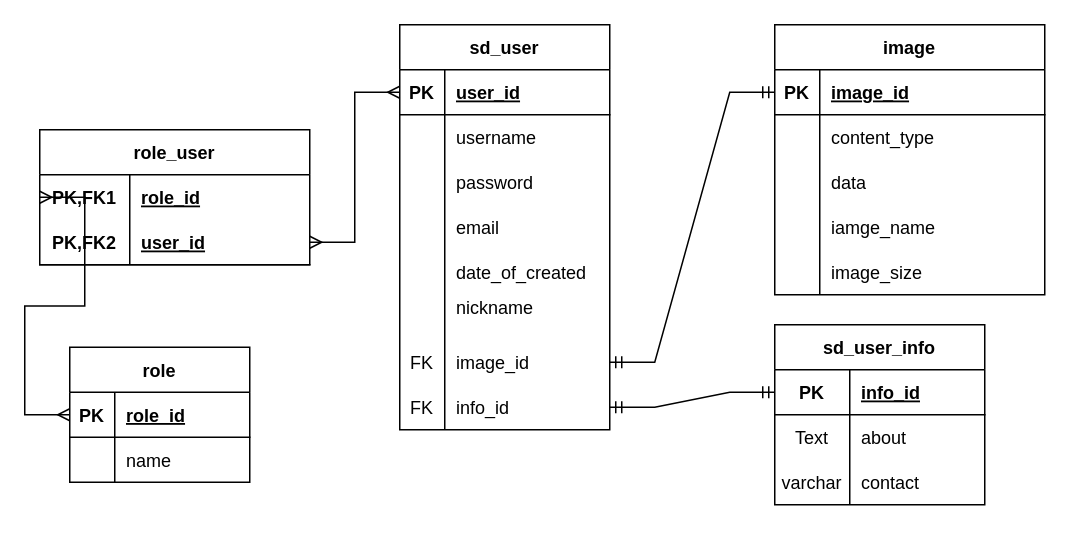
Before: db-diagrams/user/sd-user.drawio in Danis0n/story-drop-backend, a draw.io diagram. Source tidied: cells renumbered, new cells numbered last; positions are measured from the earlier drawing's top-left corner, leaving out a move shared by most shapes. Both pictures are drawn from the tidied source at 150%, with x=0, y=0 at pixel (39, 24).
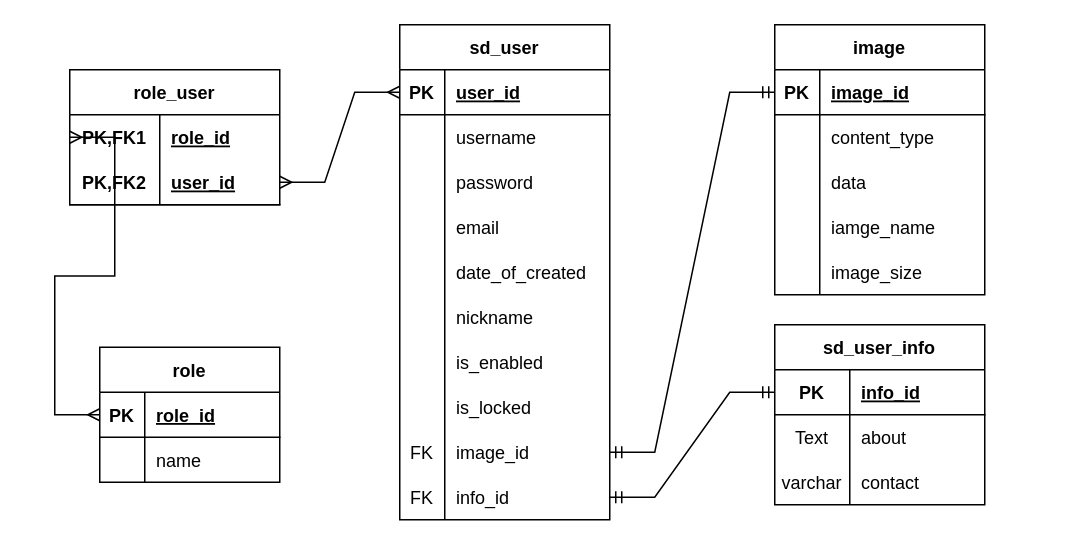
Above is the later version.

The change refers to these unchanged cells:
```xml
<mxCell id="18" style="shape=tableRow;horizontal=0;startSize=0;swimlaneHead=0;swimlaneBody=0;fillColor=none;top=0;left=0;right=0;bottom=0;" parent="2" vertex="1">
  <mxGeometry y="180" width="140" height="30" as="geometry" />
</mxCell>
```

What changed in the source:
```diff
@@
     <mxCell id="2" value="sd_user" style="shape=table;startSize=30;childLayout=tableLayout;rowLines=0;fontStyle=1;align=center;" parent="1" vertex="1">
-      <mxGeometry x="240" width="140" height="270" as="geometry" />
+      <mxGeometry x="240" width="140" height="330" as="geometry" />
     </mxCell>
@@
-    <mxCell id="20" value="nickname&#10;" style="shape=partialRectangle;fillColor=none;top=0;left=0;bottom=0;right=0;align=left;spacingLeft=6;overflow=hidden;" parent="18" vertex="1">
+    <mxCell id="20" value="nickname" style="shape=partialRectangle;fillColor=none;top=0;left=0;bottom=0;right=0;align=left;spacingLeft=6;overflow=hidden;" parent="18" vertex="1">
       <mxGeometry x="30" width="110" height="30" as="geometry" />
     </mxCell>
+    <mxCell id="71" style="shape=tableRow;horizontal=0;startSize=0;swimlaneHead=0;swimlaneBody=0;fillColor=none;top=0;left=0;right=0;bottom=0;" parent="2" vertex="1">
+      <mxGeometry y="210" width="140" height="30" as="geometry" />
+    </mxCell>
+    <mxCell id="72" style="shape=partialRectangle;fillColor=none;top=0;left=0;bottom=0;right=0;overflow=hidden;" parent="71" vertex="1">
+      <mxGeometry width="30" height="30" as="geometry" />
+    </mxCell>
+    <mxCell id="73" value="is_enabled" style="shape=partialRectangle;fillColor=none;top=0;left=0;bottom=0;right=0;align=left;spacingLeft=6;overflow=hidden;" parent="71" vertex="1">
+      <mxGeometry x="30" width="110" height="30" as="geometry" />
+    </mxCell>
+    <mxCell id="74" style="shape=tableRow;horizontal=0;startSize=0;swimlaneHead=0;swimlaneBody=0;fillColor=none;top=0;left=0;right=0;bottom=0;" parent="2" vertex="1">
+      <mxGeometry y="240" width="140" height="30" as="geometry" />
+    </mxCell>
+    <mxCell id="75" style="shape=partialRectangle;fillColor=none;top=0;left=0;bottom=0;right=0;overflow=hidden;" parent="74" vertex="1">
+      <mxGeometry width="30" height="30" as="geometry" />
+    </mxCell>
+    <mxCell id="76" value="is_locked" style="shape=partialRectangle;fillColor=none;top=0;left=0;bottom=0;right=0;align=left;spacingLeft=6;overflow=hidden;" parent="74" vertex="1">
+      <mxGeometry x="30" width="110" height="30" as="geometry" />
+    </mxCell>
     <mxCell id="21" style="shape=tableRow;horizontal=0;startSize=0;swimlaneHead=0;swimlaneBody=0;fillColor=none;points=[[0,0.5],[1,0.5]];portConstraint=eastwest;top=0;left=0;right=0;bottom=0;" parent="2" vertex="1">
-      <mxGeometry y="210" width="140" height="30" as="geometry" />
+      <mxGeometry y="270" width="140" height="30" as="geometry" />
     </mxCell>
@@
     <mxCell id="24" style="shape=tableRow;horizontal=0;startSize=0;swimlaneHead=0;swimlaneBody=0;fillColor=none;points=[[0,0.5],[1,0.5]];portConstraint=eastwest;top=0;left=0;right=0;bottom=0;" parent="2" vertex="1">
-      <mxGeometry y="240" width="140" height="30" as="geometry" />
+      <mxGeometry y="300" width="140" height="30" as="geometry" />
     </mxCell>
@@
     <mxCell id="27" value="image" style="shape=table;startSize=30;childLayout=tableLayout;rowLines=0;fontStyle=1;align=center;" parent="1" vertex="1">
-      <mxGeometry x="490" width="180" height="180" as="geometry" />
+      <mxGeometry x="490" width="140" height="180" as="geometry" />
     </mxCell>
     <mxCell id="28" style="shape=tableRow;horizontal=0;startSize=0;swimlaneHead=0;swimlaneBody=0;fillColor=none;points=[[0,0.5],[1,0.5]];portConstraint=eastwest;top=0;left=0;right=0;bottom=1;" parent="27" vertex="1">
-      <mxGeometry y="30" width="180" height="30" as="geometry" />
+      <mxGeometry y="30" width="140" height="30" as="geometry" />
     </mxCell>
@@
     <mxCell id="30" value="image_id" style="shape=partialRectangle;fillColor=none;top=0;left=0;bottom=0;right=0;align=left;spacingLeft=6;fontStyle=5;overflow=hidden;" parent="28" vertex="1">
-      <mxGeometry x="30" width="150" height="30" as="geometry" />
+      <mxGeometry x="30" width="110" height="30" as="geometry" />
     </mxCell>
     <mxCell id="31" style="shape=tableRow;horizontal=0;startSize=0;swimlaneHead=0;swimlaneBody=0;fillColor=none;top=0;left=0;right=0;bottom=0;" parent="27" vertex="1">
-      <mxGeometry y="60" width="180" height="30" as="geometry" />
+      <mxGeometry y="60" width="140" height="30" as="geometry" />
     </mxCell>
@@
     <mxCell id="33" value="content_type" style="shape=partialRectangle;fillColor=none;top=0;left=0;bottom=0;right=0;align=left;spacingLeft=6;overflow=hidden;" parent="31" vertex="1">
-      <mxGeometry x="30" width="150" height="30" as="geometry" />
+      <mxGeometry x="30" width="110" height="30" as="geometry" />
     </mxCell>
     <mxCell id="34" style="shape=tableRow;horizontal=0;startSize=0;swimlaneHead=0;swimlaneBody=0;fillColor=none;top=0;left=0;right=0;bottom=0;" parent="27" vertex="1">
-      <mxGeometry y="90" width="180" height="30" as="geometry" />
+      <mxGeometry y="90" width="140" height="30" as="geometry" />
     </mxCell>
@@
     <mxCell id="36" value="data" style="shape=partialRectangle;fillColor=none;top=0;left=0;bottom=0;right=0;align=left;spacingLeft=6;overflow=hidden;" parent="34" vertex="1">
-      <mxGeometry x="30" width="150" height="30" as="geometry" />
+      <mxGeometry x="30" width="110" height="30" as="geometry" />
     </mxCell>
     <mxCell id="37" style="shape=tableRow;horizontal=0;startSize=0;swimlaneHead=0;swimlaneBody=0;fillColor=none;top=0;left=0;right=0;bottom=0;" parent="27" vertex="1">
-      <mxGeometry y="120" width="180" height="30" as="geometry" />
+      <mxGeometry y="120" width="140" height="30" as="geometry" />
     </mxCell>
@@
     <mxCell id="39" value="iamge_name" style="shape=partialRectangle;fillColor=none;top=0;left=0;bottom=0;right=0;align=left;spacingLeft=6;overflow=hidden;" parent="37" vertex="1">
-      <mxGeometry x="30" width="150" height="30" as="geometry" />
+      <mxGeometry x="30" width="110" height="30" as="geometry" />
     </mxCell>
     <mxCell id="40" style="shape=tableRow;horizontal=0;startSize=0;swimlaneHead=0;swimlaneBody=0;fillColor=none;top=0;left=0;right=0;bottom=0;" parent="27" vertex="1">
-      <mxGeometry y="150" width="180" height="30" as="geometry" />
+      <mxGeometry y="150" width="140" height="30" as="geometry" />
     </mxCell>
@@
     <mxCell id="42" value="image_size" style="shape=partialRectangle;fillColor=none;top=0;left=0;bottom=0;right=0;align=left;spacingLeft=6;overflow=hidden;" parent="40" vertex="1">
-      <mxGeometry x="30" width="150" height="30" as="geometry" />
+      <mxGeometry x="30" width="110" height="30" as="geometry" />
     </mxCell>
@@
     <mxCell id="55" value="role" style="shape=table;startSize=30;childLayout=tableLayout;rowLines=0;fontStyle=1;align=center;" parent="1" vertex="1">
-      <mxGeometry x="20" y="215" width="120" height="90" as="geometry" />
+      <mxGeometry x="40" y="215" width="120" height="90" as="geometry" />
     </mxCell>
@@
     <mxCell id="62" value="role_user" style="shape=table;startSize=30;childLayout=tableLayout;rowLines=0;fontStyle=1;align=center;" parent="1" vertex="1">
-      <mxGeometry y="70" width="180" height="90" as="geometry" />
+      <mxGeometry x="20" y="30" width="140" height="90" as="geometry" />
     </mxCell>
     <mxCell id="63" style="shape=tableRow;horizontal=0;startSize=0;swimlaneHead=0;swimlaneBody=0;fillColor=none;points=[[0,0.5],[1,0.5]];portConstraint=eastwest;top=0;left=0;right=0;bottom=0;" parent="62" vertex="1">
-      <mxGeometry y="30" width="180" height="30" as="geometry" />
+      <mxGeometry y="30" width="140" height="30" as="geometry" />
     </mxCell>
@@
     <mxCell id="65" value="role_id" style="shape=partialRectangle;fillColor=none;top=0;left=0;bottom=0;right=0;align=left;spacingLeft=6;fontStyle=5;overflow=hidden;" parent="63" vertex="1">
-      <mxGeometry x="60" width="120" height="30" as="geometry" />
+      <mxGeometry x="60" width="80" height="30" as="geometry" />
     </mxCell>
     <mxCell id="66" style="shape=tableRow;horizontal=0;startSize=0;swimlaneHead=0;swimlaneBody=0;fillColor=none;points=[[0,0.5],[1,0.5]];portConstraint=eastwest;top=0;left=0;right=0;bottom=1;" parent="62" vertex="1">
-      <mxGeometry y="60" width="180" height="30" as="geometry" />
+      <mxGeometry y="60" width="140" height="30" as="geometry" />
     </mxCell>
@@
     <mxCell id="68" value="user_id" style="shape=partialRectangle;fillColor=none;top=0;left=0;bottom=0;right=0;align=left;spacingLeft=6;fontStyle=5;overflow=hidden;" parent="66" vertex="1">
-      <mxGeometry x="60" width="120" height="30" as="geometry" />
+      <mxGeometry x="60" width="80" height="30" as="geometry" />
     </mxCell>
```
